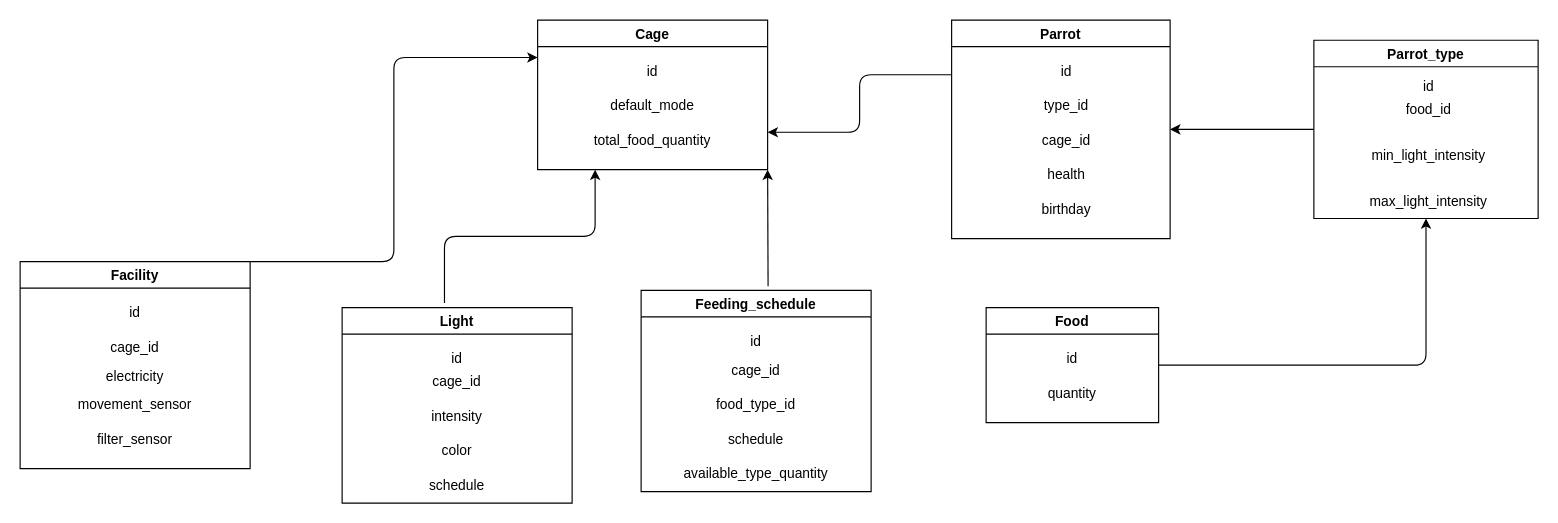
SmartCage/app keeps this draw.io diagram as Inginerie.drawio. Above is the earlier version. Source tidied: cells renumbered, new cells numbered last; positions are measured from the earlier drawing's top-left corner, leaving out a move shared by most shapes. Both pictures are drawn from the tidied source at 115%, with x=0, y=0 at pixel (20, 20).
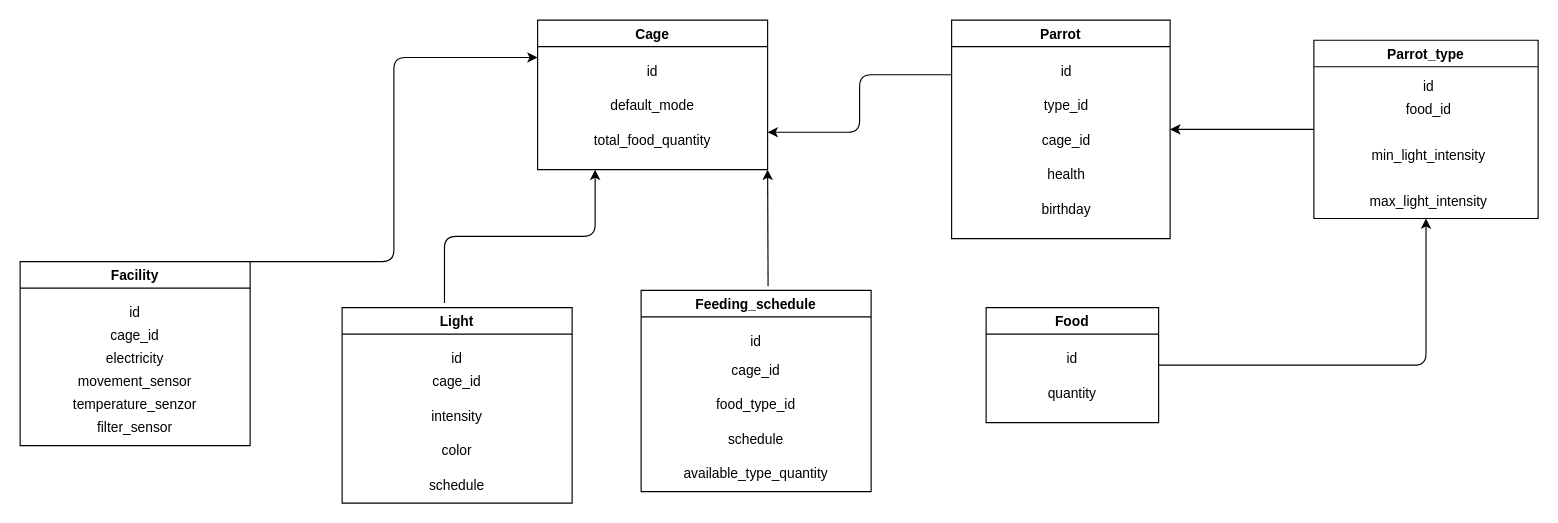
After the change.

Change to the diagram source:
```diff
@@
     <mxCell id="2" value="Facility" style="swimlane;" parent="1" vertex="1">
-      <mxGeometry y="210" width="200" height="180" as="geometry" />
+      <mxGeometry y="210" width="200" height="160" as="geometry" />
     </mxCell>
@@
     <mxCell id="4" value="movement_sensor" style="text;html=1;strokeColor=none;fillColor=none;align=center;verticalAlign=middle;whiteSpace=wrap;rounded=0;" parent="2" vertex="1">
-      <mxGeometry x="70" y="110" width="60" height="30" as="geometry" />
+      <mxGeometry x="70" y="90" width="60" height="30" as="geometry" />
     </mxCell>
     <mxCell id="5" value="filter_sensor" style="text;html=1;strokeColor=none;fillColor=none;align=center;verticalAlign=middle;whiteSpace=wrap;rounded=0;" parent="2" vertex="1">
-      <mxGeometry x="70" y="140" width="60" height="30" as="geometry" />
+      <mxGeometry x="70" y="130" width="60" height="30" as="geometry" />
     </mxCell>
     <mxCell id="6" value="cage_id" style="text;html=1;strokeColor=none;fillColor=none;align=center;verticalAlign=middle;whiteSpace=wrap;rounded=0;" parent="2" vertex="1">
-      <mxGeometry x="70" y="60" width="60" height="30" as="geometry" />
+      <mxGeometry x="70" y="50" width="60" height="30" as="geometry" />
     </mxCell>
     <mxCell id="7" value="electricity&lt;br&gt;" style="text;html=1;strokeColor=none;fillColor=none;align=center;verticalAlign=middle;whiteSpace=wrap;rounded=0;" parent="2" vertex="1">
-      <mxGeometry x="70" y="85" width="60" height="30" as="geometry" />
+      <mxGeometry x="70" y="70" width="60" height="30" as="geometry" />
     </mxCell>
+    <mxCell id="45" value="temperature_senzor" style="text;html=1;strokeColor=none;fillColor=none;align=center;verticalAlign=middle;whiteSpace=wrap;rounded=0;" parent="2" vertex="1">
+      <mxGeometry x="70" y="110" width="60" height="30" as="geometry" />
+    </mxCell>
```
